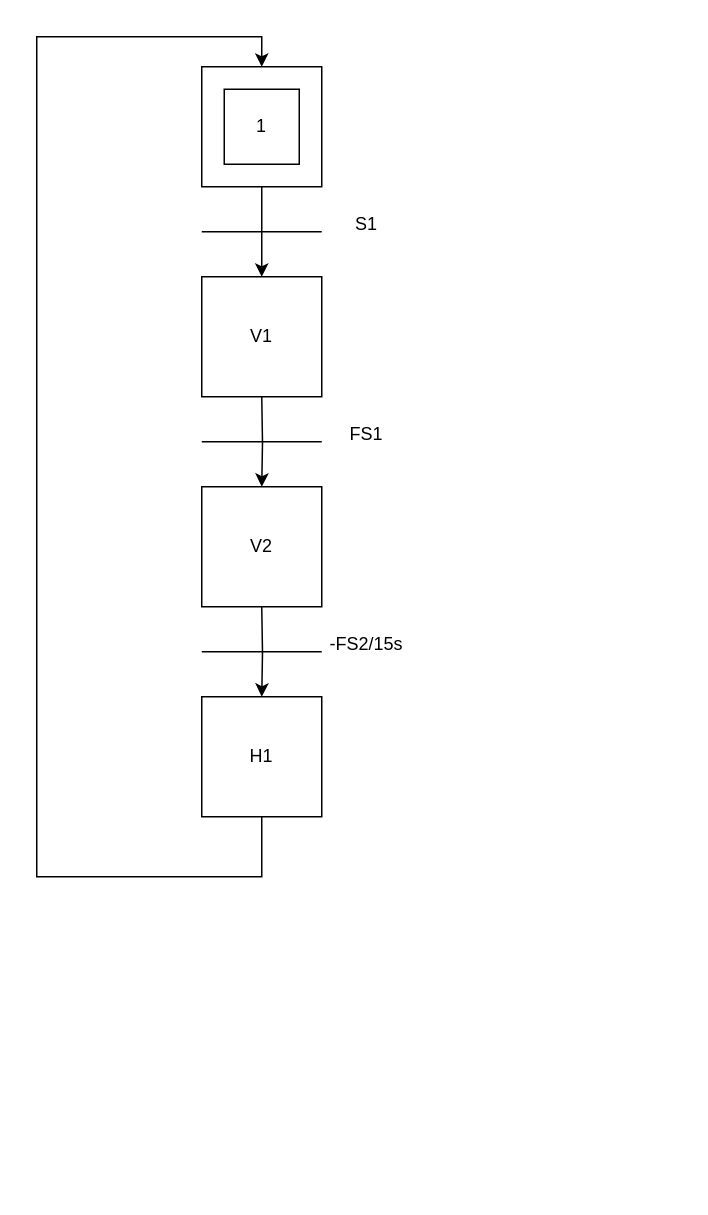
The draw.io diagram Untitled Diagram.drawio in dbarif/Diagrams.netd_b, before the edit. Source tidied: cells renumbered, new cells numbered last; positions are measured from the earlier drawing's top-left corner, leaving out a move shared by most shapes. Both pictures are drawn from the tidied source at 150%, with x=0, y=0 at pixel (36, 36).
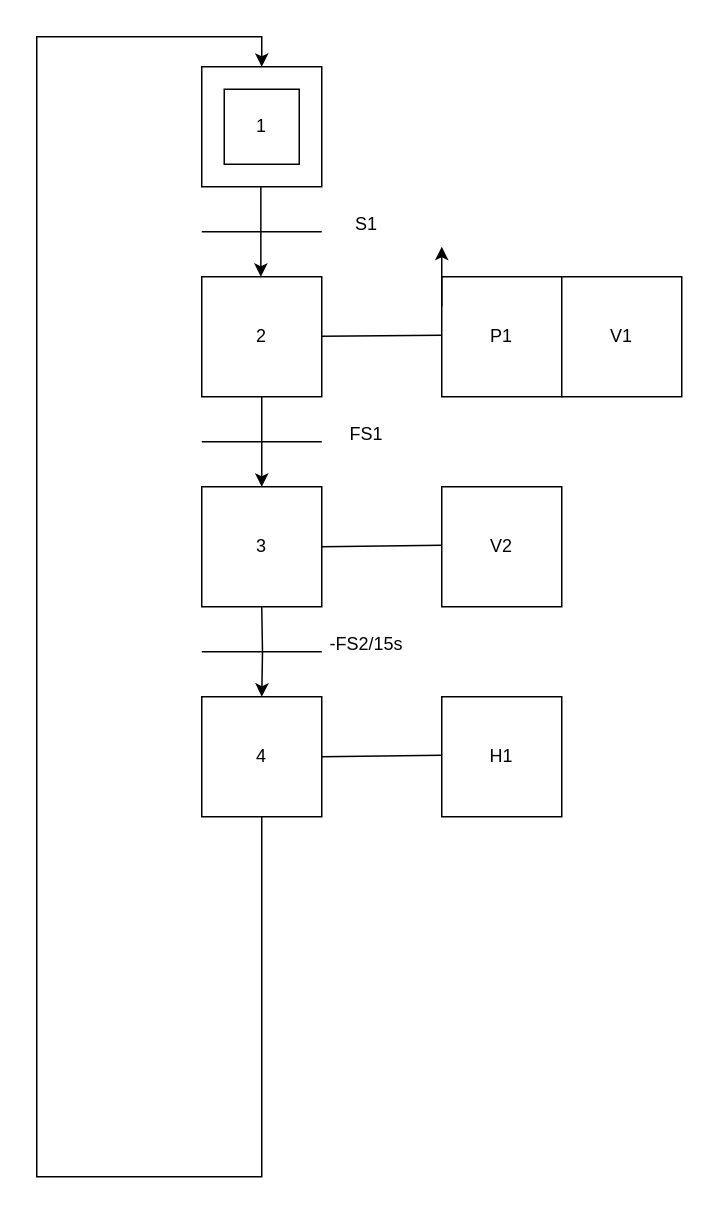
After the change.

Unchanged cells that the change refers to:
```xml
<mxCell id="3" style="whiteSpace=wrap;html=1;" parent="2" vertex="1">
  <mxGeometry width="80" height="80" as="geometry" />
</mxCell>
```

The edit, as a diff of the source:
```diff
@@
-    <mxCell id="5" value="V1" style="whiteSpace=wrap;html=1;" parent="1" vertex="1">
-      <mxGeometry x="110" y="160" width="80" height="80" as="geometry" />
+    <mxCell id="5" value="3" style="whiteSpace=wrap;html=1;" parent="1" vertex="1">
+      <mxGeometry x="110" y="300" width="80" height="80" as="geometry" />
     </mxCell>
-    <mxCell id="6" style="edgeStyle=orthogonalEdgeStyle;rounded=0;jettySize=auto;html=1;" parent="1" edge="1" source="3" target="5">
-      <mxGeometry relative="1" as="geometry" />
-    </mxCell>
-    <mxCell id="7" value="V2" style="whiteSpace=wrap;html=1;" parent="1" vertex="1">
-      <mxGeometry x="110" y="300" width="80" height="80" as="geometry" />
-    </mxCell>
-    <mxCell id="8" style="edgeStyle=orthogonalEdgeStyle;rounded=0;jettySize=auto;html=1;" parent="1" edge="1" target="7">
-      <mxGeometry relative="1" as="geometry">
-        <mxPoint x="150" y="240" as="sourcePoint" />
-      </mxGeometry>
-    </mxCell>
-    <mxCell id="9" value="H1" style="whiteSpace=wrap;html=1;" parent="1" vertex="1">
+    <mxCell id="9" value="4" style="whiteSpace=wrap;html=1;" parent="1" vertex="1">
       <mxGeometry x="110" y="440" width="80" height="80" as="geometry" />
     </mxCell>
@@
-    <mxCell id="11" style="edgeStyle=orthogonalEdgeStyle;rounded=0;jettySize=auto;html=1;entryX=0.5;entryY=0;entryDx=0;entryDy=0;" parent="1" edge="1" target="3">
+    <mxCell id="11" style="edgeStyle=orthogonalEdgeStyle;rounded=0;jettySize=auto;html=1;entryX=0.5;entryY=0;entryDx=0;entryDy=0;exitX=0.5;exitY=1;exitDx=0;exitDy=0;" parent="1" edge="1" source="9" target="3">
       <mxGeometry relative="1" as="geometry">
-        <mxPoint x="150" y="520" as="sourcePoint" />
         <Array as="points">
-          <mxPoint x="150" y="560" />
-          <mxPoint y="560" />
+          <mxPoint x="150" y="760" />
+          <mxPoint y="760" />
           <mxPoint />
           <mxPoint x="150" />
         </Array>
       </mxGeometry>
     </mxCell>
@@
-    <mxCell id="14" style="endArrow=none;html=1;rounded=0;" parent="1" edge="1">
-      <mxGeometry relative="1" as="geometry">
-        <mxPoint x="110" y="270" as="sourcePoint" />
-        <mxPoint x="190" y="270" as="targetPoint" />
-      </mxGeometry>
-    </mxCell>
-    <mxCell id="15" value="FS1" style="text;html=1;align=center;verticalAlign=middle;whiteSpace=wrap;rounded=0;" parent="1" vertex="1">
-      <mxGeometry x="190" y="250" width="60" height="30" as="geometry" />
-    </mxCell>
@@
+    <mxCell id="18" value="2" style="whiteSpace=wrap;html=1;" parent="1" vertex="1">
+      <mxGeometry x="110" y="160" width="80" height="80" as="geometry" />
+    </mxCell>
+    <mxCell id="19" style="edgeStyle=orthogonalEdgeStyle;rounded=0;orthogonalLoop=1;jettySize=auto;html=1;" parent="1" edge="1">
+      <mxGeometry relative="1" as="geometry">
+        <mxPoint x="150" y="240" as="sourcePoint" />
+        <mxPoint x="150" y="300" as="targetPoint" />
+      </mxGeometry>
+    </mxCell>
+    <mxCell id="20" style="endArrow=none;html=1;rounded=0;" parent="1" edge="1">
+      <mxGeometry relative="1" as="geometry">
+        <mxPoint x="110" y="270" as="sourcePoint" />
+        <mxPoint x="190" y="270" as="targetPoint" />
+      </mxGeometry>
+    </mxCell>
+    <mxCell id="15" value="FS1" style="text;html=1;align=center;verticalAlign=middle;whiteSpace=wrap;rounded=0;" parent="1" vertex="1">
+      <mxGeometry x="190" y="250" width="60" height="30" as="geometry" />
+    </mxCell>
+    <mxCell id="21" style="edgeStyle=orthogonalEdgeStyle;rounded=0;orthogonalLoop=1;jettySize=auto;html=1;" parent="1" edge="1">
+      <mxGeometry relative="1" as="geometry">
+        <mxPoint x="149.4" y="100" as="sourcePoint" />
+        <mxPoint x="149.4" y="160" as="targetPoint" />
+      </mxGeometry>
+    </mxCell>
+    <mxCell id="22" style="endArrow=none;html=1;rounded=0;" parent="1" edge="1" source="18">
+      <mxGeometry relative="1" as="geometry">
+        <mxPoint x="270" y="199" as="targetPoint" />
+      </mxGeometry>
+    </mxCell>
+    <mxCell id="23" value="P1" style="whiteSpace=wrap;html=1;" parent="1" vertex="1">
+      <mxGeometry x="270" y="160" width="80" height="80" as="geometry" />
+    </mxCell>
+    <mxCell id="24" style="endArrow=classic;html=1;rounded=0;" parent="1" edge="1">
+      <mxGeometry relative="1" as="geometry">
+        <mxPoint x="270" y="180" as="sourcePoint" />
+        <mxPoint x="270" y="140" as="targetPoint" />
+      </mxGeometry>
+    </mxCell>
+    <mxCell id="25" value="V1" style="whiteSpace=wrap;html=1;" parent="1" vertex="1">
+      <mxGeometry x="350" y="160" width="80" height="80" as="geometry" />
+    </mxCell>
+    <mxCell id="26" style="endArrow=none;html=1;rounded=0;" parent="1" edge="1">
+      <mxGeometry relative="1" as="geometry">
+        <mxPoint x="190" y="340" as="sourcePoint" />
+        <mxPoint x="270" y="339" as="targetPoint" />
+      </mxGeometry>
+    </mxCell>
+    <mxCell id="7" value="V2" style="whiteSpace=wrap;html=1;" parent="1" vertex="1">
+      <mxGeometry x="270" y="300" width="80" height="80" as="geometry" />
+    </mxCell>
+    <mxCell id="27" style="endArrow=none;html=1;rounded=0;" parent="1" edge="1">
+      <mxGeometry relative="1" as="geometry">
+        <mxPoint x="190" y="480" as="sourcePoint" />
+        <mxPoint x="270" y="479" as="targetPoint" />
+      </mxGeometry>
+    </mxCell>
+    <mxCell id="28" value="H1" style="whiteSpace=wrap;html=1;" parent="1" vertex="1">
+      <mxGeometry x="270" y="440" width="80" height="80" as="geometry" />
+    </mxCell>
```
